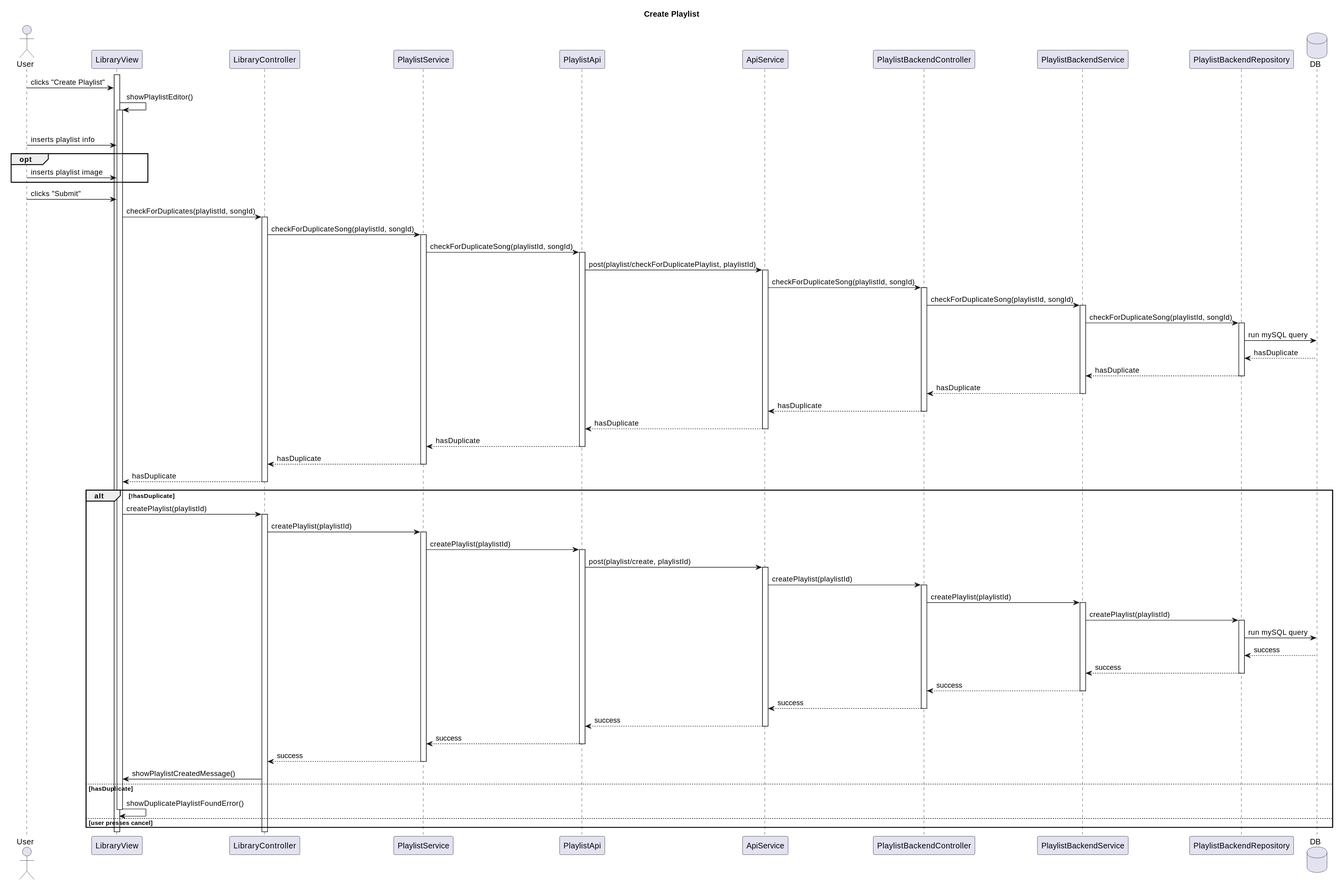
Earlier version of the PlantUML export Paradoteo_4/SequenceDiagrams-v0.3/CreatePlaylist.svg (RubenKingCP/Tunix).
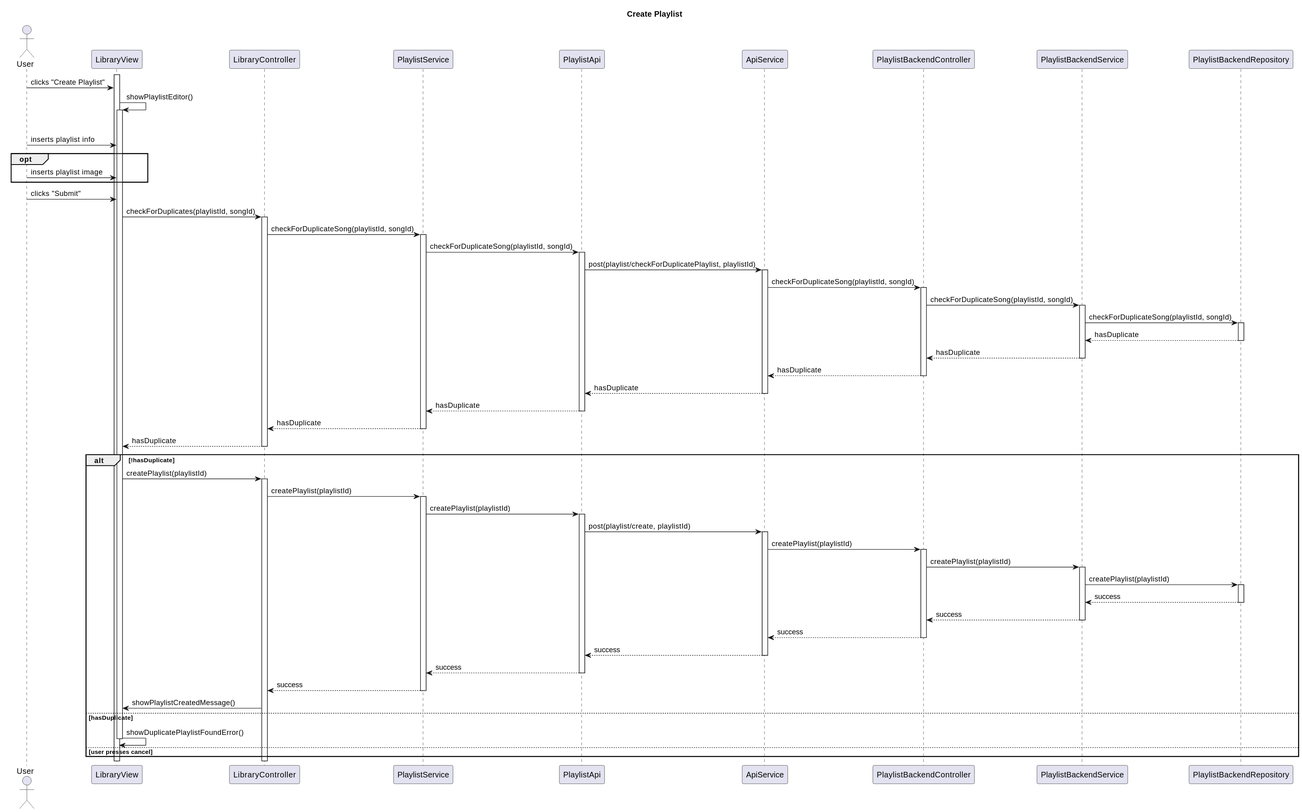
Above is the later version.

The edit, as a diff of the source:
```diff
@@ -12,7 +12,6 @@
 participant PlaylistBackendService
 participant PlaylistBackendRepository
 
-database DB
 
 activate LibraryView
 User -> LibraryView : clicks "Create Playlist"
@@ -38,8 +37,6 @@
 activate PlaylistBackendService
 PlaylistBackendService -> PlaylistBackendRepository : checkForDuplicateSong(playlistId, songId)
 activate PlaylistBackendRepository
-PlaylistBackendRepository -> DB : run mySQL query
-DB --> PlaylistBackendRepository : hasDuplicate
 PlaylistBackendRepository --> PlaylistBackendService : hasDuplicate
 deactivate PlaylistBackendRepository
 PlaylistBackendService --> PlaylistBackendController : hasDuplicate
@@ -69,8 +66,6 @@
 activate PlaylistBackendService
 PlaylistBackendService -> PlaylistBackendRepository : createPlaylist(playlistId)
 activate PlaylistBackendRepository
-PlaylistBackendRepository -> DB : run mySQL query
-DB --> PlaylistBackendRepository : success
 PlaylistBackendRepository --> PlaylistBackendService : success
 deactivate PlaylistBackendRepository
 PlaylistBackendService --> PlaylistBackendController : success
```
